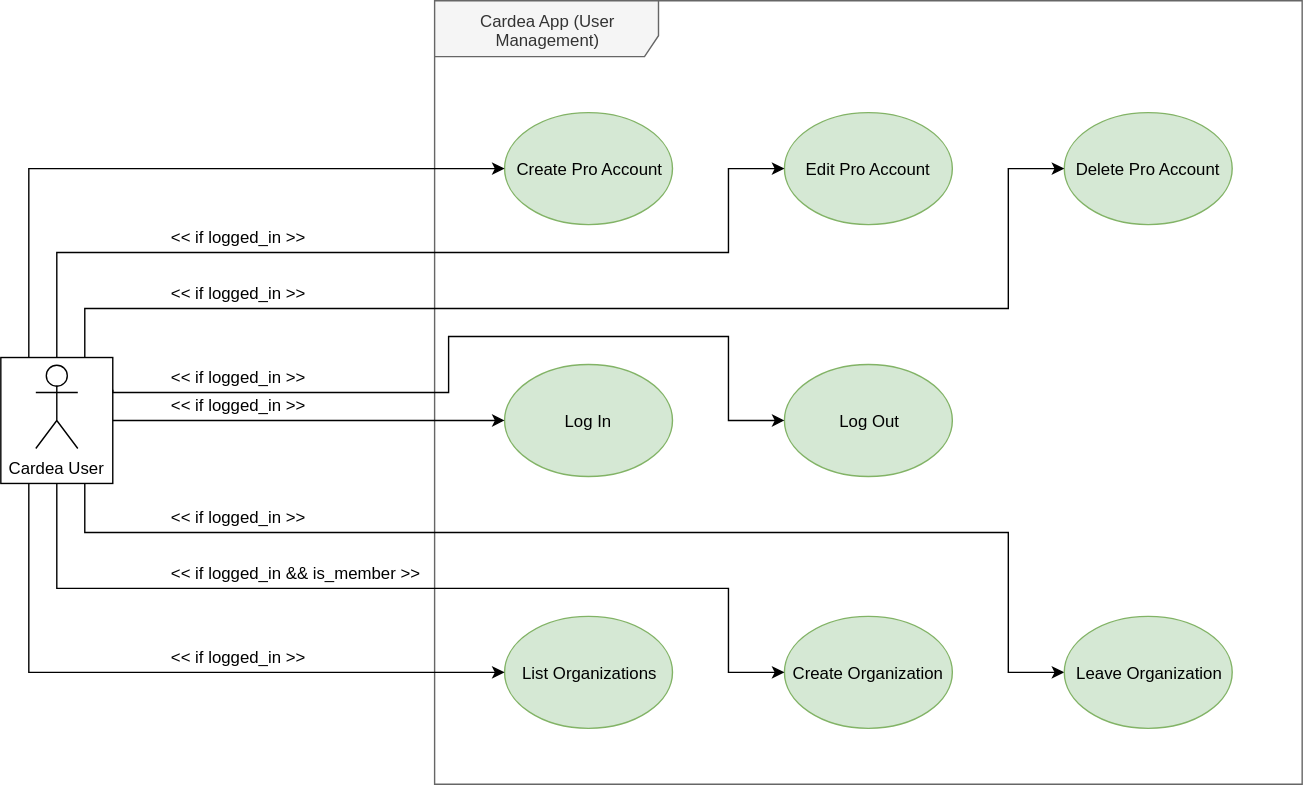
Above: docs/srs/resources/3_1_2_1_use_case_view_cardea_app_user_management.svg in cardeapay/stack (draw.io), before the change. Source tidied: cells renumbered, new cells last; positions are measured from the earlier drawing's top-left corner, leaving out a move shared by most shapes. Its diagram source:
```xml
<mxGraphModel>
  <root>
    <mxCell id="0" />
    <mxCell id="1" parent="0" />
    <mxCell id="2" value="Cardea App (User Management)" style="shape=umlFrame;whiteSpace=wrap;html=1;width=160;height=40;fillColor=#f5f5f5;strokeColor=#666666;fontColor=#333333;" parent="1" vertex="1">
      <mxGeometry x="310" width="620" height="560" as="geometry" />
    </mxCell>
    <mxCell id="3" value="Create Pro Account" style="ellipse;whiteSpace=wrap;html=1;fillColor=#d5e8d4;strokeColor=#82b366;" parent="1" vertex="1">
      <mxGeometry x="360" y="80" width="120" height="80" as="geometry" />
    </mxCell>
    <mxCell id="4" value="Edit Pro Account" style="ellipse;whiteSpace=wrap;html=1;fillColor=#d5e8d4;strokeColor=#82b366;" parent="1" vertex="1">
      <mxGeometry x="560" y="80" width="120" height="80" as="geometry" />
    </mxCell>
    <mxCell id="5" value="Delete Pro Account" style="ellipse;whiteSpace=wrap;html=1;fillColor=#d5e8d4;strokeColor=#82b366;" parent="1" vertex="1">
      <mxGeometry x="760" y="80" width="120" height="80" as="geometry" />
    </mxCell>
    <mxCell id="6" value="Log In" style="ellipse;whiteSpace=wrap;html=1;fillColor=#d5e8d4;strokeColor=#82b366;" parent="1" vertex="1">
      <mxGeometry x="360" y="260" width="120" height="80" as="geometry" />
    </mxCell>
    <mxCell id="7" value="Log Out" style="ellipse;whiteSpace=wrap;html=1;fillColor=#d5e8d4;strokeColor=#82b366;" parent="1" vertex="1">
      <mxGeometry x="560" y="260" width="120" height="80" as="geometry" />
    </mxCell>
    <mxCell id="8" value="Create Organization" style="ellipse;whiteSpace=wrap;html=1;fillColor=#d5e8d4;strokeColor=#82b366;" parent="1" vertex="1">
      <mxGeometry x="560" y="440" width="120" height="80" as="geometry" />
    </mxCell>
    <mxCell id="9" value="List Organizations" style="ellipse;whiteSpace=wrap;html=1;fillColor=#d5e8d4;strokeColor=#82b366;" parent="1" vertex="1">
      <mxGeometry x="360" y="440" width="120" height="80" as="geometry" />
    </mxCell>
    <mxCell id="10" style="edgeStyle=orthogonalEdgeStyle;rounded=0;jettySize=auto;html=1;exitX=0.25;exitY=0;exitDx=0;exitDy=0;entryX=0;entryY=0.5;entryDx=0;entryDy=0;" parent="1" edge="1" source="18" target="3">
      <mxGeometry relative="1" as="geometry">
        <Array as="points">
          <mxPoint x="20" y="120" />
        </Array>
      </mxGeometry>
    </mxCell>
    <mxCell id="11" style="edgeStyle=orthogonalEdgeStyle;rounded=0;jettySize=auto;html=1;exitX=0.5;exitY=0;exitDx=0;exitDy=0;entryX=0;entryY=0.5;entryDx=0;entryDy=0;" parent="1" edge="1" source="18" target="4">
      <mxGeometry relative="1" as="geometry">
        <Array as="points">
          <mxPoint x="40" y="180" />
          <mxPoint x="520" y="180" />
          <mxPoint x="520" y="120" />
        </Array>
      </mxGeometry>
    </mxCell>
    <mxCell id="12" style="edgeStyle=orthogonalEdgeStyle;rounded=0;jettySize=auto;html=1;exitX=0.75;exitY=0;exitDx=0;exitDy=0;entryX=0;entryY=0.5;entryDx=0;entryDy=0;" parent="1" edge="1" source="18" target="5">
      <mxGeometry relative="1" as="geometry">
        <Array as="points">
          <mxPoint x="60" y="220" />
          <mxPoint x="720" y="220" />
          <mxPoint x="720" y="120" />
        </Array>
      </mxGeometry>
    </mxCell>
    <mxCell id="13" style="edgeStyle=orthogonalEdgeStyle;rounded=0;jettySize=auto;html=1;exitX=1;exitY=0.5;exitDx=0;exitDy=0;entryX=0;entryY=0.5;entryDx=0;entryDy=0;" parent="1" edge="1" source="18" target="6">
      <mxGeometry relative="1" as="geometry" />
    </mxCell>
    <mxCell id="14" style="edgeStyle=orthogonalEdgeStyle;rounded=0;jettySize=auto;html=1;exitX=1;exitY=0.25;exitDx=0;exitDy=0;entryX=0;entryY=0.5;entryDx=0;entryDy=0;" parent="1" edge="1" source="18" target="7">
      <mxGeometry relative="1" as="geometry">
        <Array as="points">
          <mxPoint x="80" y="280" />
          <mxPoint x="320" y="280" />
          <mxPoint x="320" y="240" />
          <mxPoint x="520" y="240" />
          <mxPoint x="520" y="300" />
        </Array>
      </mxGeometry>
    </mxCell>
    <mxCell id="15" style="edgeStyle=orthogonalEdgeStyle;rounded=0;jettySize=auto;html=1;exitX=0.5;exitY=1;exitDx=0;exitDy=0;entryX=0;entryY=0.5;entryDx=0;entryDy=0;" parent="1" edge="1" source="18" target="8">
      <mxGeometry relative="1" as="geometry">
        <Array as="points">
          <mxPoint x="40" y="420" />
          <mxPoint x="520" y="420" />
          <mxPoint x="520" y="480" />
        </Array>
      </mxGeometry>
    </mxCell>
    <mxCell id="16" style="edgeStyle=orthogonalEdgeStyle;rounded=0;jettySize=auto;html=1;exitX=0.25;exitY=1;exitDx=0;exitDy=0;entryX=0;entryY=0.5;entryDx=0;entryDy=0;" parent="1" edge="1" source="18" target="9">
      <mxGeometry relative="1" as="geometry" />
    </mxCell>
    <mxCell id="17" style="edgeStyle=orthogonalEdgeStyle;rounded=0;jettySize=auto;html=1;exitX=0.75;exitY=1;exitDx=0;exitDy=0;entryX=0;entryY=0.5;entryDx=0;entryDy=0;" parent="1" edge="1" source="18" target="26">
      <mxGeometry relative="1" as="geometry">
        <Array as="points">
          <mxPoint x="60" y="380" />
          <mxPoint x="720" y="380" />
          <mxPoint x="720" y="480" />
        </Array>
      </mxGeometry>
    </mxCell>
    <mxCell id="18" style="html=1;fillColor=none;" parent="1" vertex="1">
      <mxGeometry y="255" width="80" height="90" as="geometry" />
    </mxCell>
    <mxCell id="19" value="Cardea User" style="shape=umlActor;verticalLabelPosition=bottom;labelBackgroundColor=#ffffff;verticalAlign=top;html=1;" parent="1" vertex="1">
      <mxGeometry x="25" y="260" width="30" height="60" as="geometry" />
    </mxCell>
    <mxCell id="20" value="&amp;lt;&amp;lt; if logged_in &amp;gt;&amp;gt;" style="text;html=1;align=left;verticalAlign=top;spacingTop=-4;" parent="1" vertex="1">
      <mxGeometry x="120" y="160" width="110" height="20" as="geometry" />
    </mxCell>
    <mxCell id="21" value="&amp;lt;&amp;lt; if logged_in &amp;gt;&amp;gt;" style="text;html=1;align=left;verticalAlign=top;spacingTop=-4;" parent="1" vertex="1">
      <mxGeometry x="120" y="200" width="110" height="20" as="geometry" />
    </mxCell>
    <mxCell id="22" value="&amp;lt;&amp;lt; if logged_in &amp;gt;&amp;gt;" style="text;html=1;align=left;verticalAlign=top;spacingTop=-4;" parent="1" vertex="1">
      <mxGeometry x="120" y="260" width="110" height="20" as="geometry" />
    </mxCell>
    <mxCell id="23" value="&amp;lt;&amp;lt; if logged_in &amp;gt;&amp;gt;" style="text;html=1;align=left;verticalAlign=top;spacingTop=-4;" parent="1" vertex="1">
      <mxGeometry x="120" y="280" width="110" height="20" as="geometry" />
    </mxCell>
    <mxCell id="24" value="&amp;lt;&amp;lt; if logged_in &amp;amp;&amp;amp; is_member &amp;gt;&amp;gt;" style="text;html=1;align=left;verticalAlign=top;spacingTop=-4;" parent="1" vertex="1">
      <mxGeometry x="120" y="400" width="190" height="20" as="geometry" />
    </mxCell>
    <mxCell id="25" value="&amp;lt;&amp;lt; if logged_in &amp;gt;&amp;gt;" style="text;html=1;align=left;verticalAlign=top;spacingTop=-4;" parent="1" vertex="1">
      <mxGeometry x="120" y="460" width="110" height="20" as="geometry" />
    </mxCell>
    <mxCell id="26" value="Leave Organization" style="ellipse;whiteSpace=wrap;html=1;fillColor=#d5e8d4;strokeColor=#82b366;" parent="1" vertex="1">
      <mxGeometry x="760" y="440" width="120" height="80" as="geometry" />
    </mxCell>
    <mxCell id="27" value="&amp;lt;&amp;lt; if logged_in &amp;gt;&amp;gt;" style="text;html=1;align=left;verticalAlign=top;spacingTop=-4;" parent="1" vertex="1">
      <mxGeometry x="120" y="360" width="110" height="20" as="geometry" />
    </mxCell>
  </root>
</mxGraphModel>
```
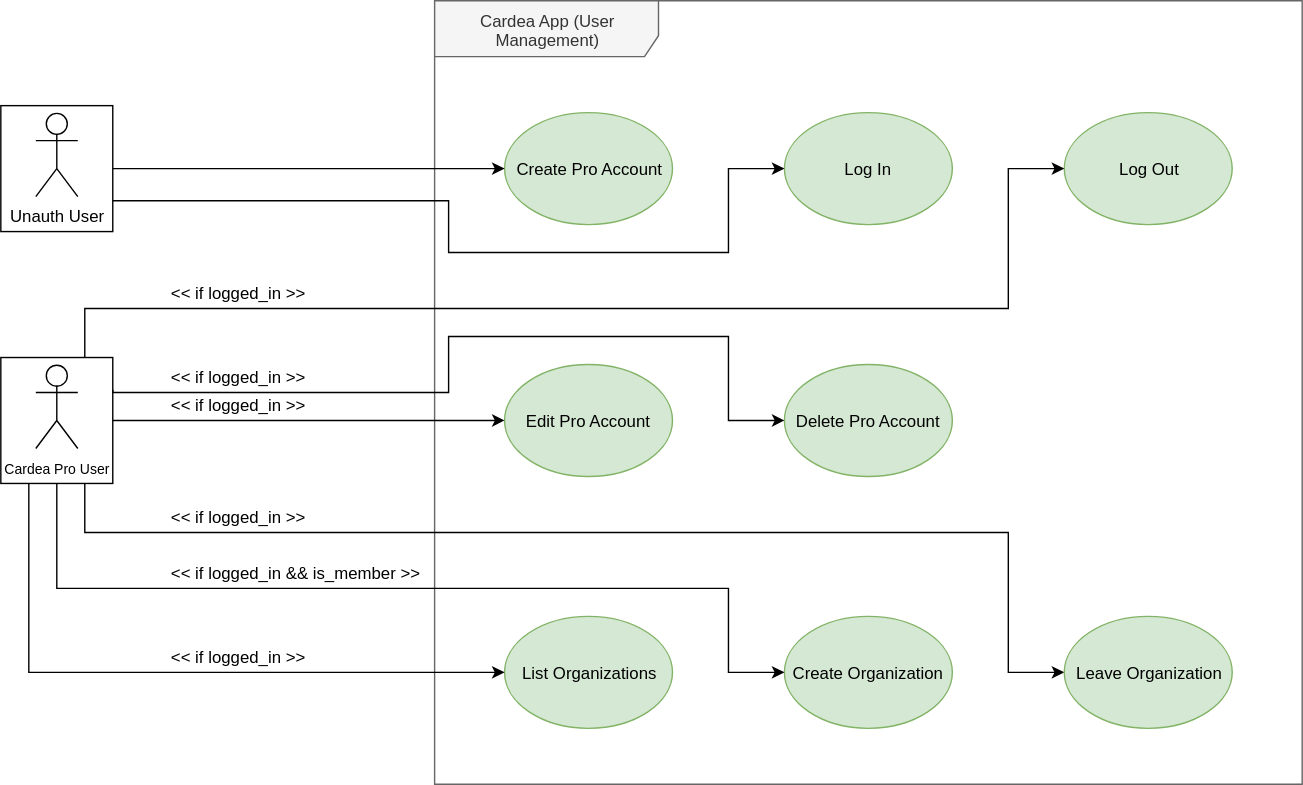
Later version of the same file.

Commit message:
fix(srs): user types clarifications

Diff of the diagram source:
```diff
@@ -8,16 +8,16 @@
     <mxCell id="3" value="Create Pro Account" style="ellipse;whiteSpace=wrap;html=1;fillColor=#d5e8d4;strokeColor=#82b366;" parent="1" vertex="1">
       <mxGeometry x="360" y="80" width="120" height="80" as="geometry" />
     </mxCell>
-    <mxCell id="4" value="Edit Pro Account" style="ellipse;whiteSpace=wrap;html=1;fillColor=#d5e8d4;strokeColor=#82b366;" parent="1" vertex="1">
+    <mxCell id="4" value="Log In" style="ellipse;whiteSpace=wrap;html=1;fillColor=#d5e8d4;strokeColor=#82b366;" parent="1" vertex="1">
       <mxGeometry x="560" y="80" width="120" height="80" as="geometry" />
     </mxCell>
-    <mxCell id="5" value="Delete Pro Account" style="ellipse;whiteSpace=wrap;html=1;fillColor=#d5e8d4;strokeColor=#82b366;" parent="1" vertex="1">
+    <mxCell id="5" value="Log Out" style="ellipse;whiteSpace=wrap;html=1;fillColor=#d5e8d4;strokeColor=#82b366;" parent="1" vertex="1">
       <mxGeometry x="760" y="80" width="120" height="80" as="geometry" />
     </mxCell>
-    <mxCell id="6" value="Log In" style="ellipse;whiteSpace=wrap;html=1;fillColor=#d5e8d4;strokeColor=#82b366;" parent="1" vertex="1">
+    <mxCell id="6" value="Edit Pro Account" style="ellipse;whiteSpace=wrap;html=1;fillColor=#d5e8d4;strokeColor=#82b366;" parent="1" vertex="1">
       <mxGeometry x="360" y="260" width="120" height="80" as="geometry" />
     </mxCell>
-    <mxCell id="7" value="Log Out" style="ellipse;whiteSpace=wrap;html=1;fillColor=#d5e8d4;strokeColor=#82b366;" parent="1" vertex="1">
+    <mxCell id="7" value="Delete Pro Account" style="ellipse;whiteSpace=wrap;html=1;fillColor=#d5e8d4;strokeColor=#82b366;" parent="1" vertex="1">
       <mxGeometry x="560" y="260" width="120" height="80" as="geometry" />
     </mxCell>
     <mxCell id="8" value="Create Organization" style="ellipse;whiteSpace=wrap;html=1;fillColor=#d5e8d4;strokeColor=#82b366;" parent="1" vertex="1">
@@ -26,22 +26,6 @@
     <mxCell id="9" value="List Organizations" style="ellipse;whiteSpace=wrap;html=1;fillColor=#d5e8d4;strokeColor=#82b366;" parent="1" vertex="1">
       <mxGeometry x="360" y="440" width="120" height="80" as="geometry" />
     </mxCell>
-    <mxCell id="10" style="edgeStyle=orthogonalEdgeStyle;rounded=0;jettySize=auto;html=1;exitX=0.25;exitY=0;exitDx=0;exitDy=0;entryX=0;entryY=0.5;entryDx=0;entryDy=0;" parent="1" edge="1" source="18" target="3">
-      <mxGeometry relative="1" as="geometry">
-        <Array as="points">
-          <mxPoint x="20" y="120" />
-        </Array>
-      </mxGeometry>
-    </mxCell>
-    <mxCell id="11" style="edgeStyle=orthogonalEdgeStyle;rounded=0;jettySize=auto;html=1;exitX=0.5;exitY=0;exitDx=0;exitDy=0;entryX=0;entryY=0.5;entryDx=0;entryDy=0;" parent="1" edge="1" source="18" target="4">
-      <mxGeometry relative="1" as="geometry">
-        <Array as="points">
-          <mxPoint x="40" y="180" />
-          <mxPoint x="520" y="180" />
-          <mxPoint x="520" y="120" />
-        </Array>
-      </mxGeometry>
-    </mxCell>
     <mxCell id="12" style="edgeStyle=orthogonalEdgeStyle;rounded=0;jettySize=auto;html=1;exitX=0.75;exitY=0;exitDx=0;exitDy=0;entryX=0;entryY=0.5;entryDx=0;entryDy=0;" parent="1" edge="1" source="18" target="5">
       <mxGeometry relative="1" as="geometry">
         <Array as="points">
@@ -89,12 +73,9 @@
     <mxCell id="18" style="html=1;fillColor=none;" parent="1" vertex="1">
       <mxGeometry y="255" width="80" height="90" as="geometry" />
     </mxCell>
-    <mxCell id="19" value="Cardea User" style="shape=umlActor;verticalLabelPosition=bottom;labelBackgroundColor=#ffffff;verticalAlign=top;html=1;" parent="1" vertex="1">
+    <mxCell id="19" value="&lt;font style=&quot;font-size: 10px&quot;&gt;Cardea Pro User&lt;/font&gt;" style="shape=umlActor;verticalLabelPosition=bottom;labelBackgroundColor=#ffffff;verticalAlign=top;html=1;" parent="1" vertex="1">
       <mxGeometry x="25" y="260" width="30" height="60" as="geometry" />
     </mxCell>
-    <mxCell id="20" value="&amp;lt;&amp;lt; if logged_in &amp;gt;&amp;gt;" style="text;html=1;align=left;verticalAlign=top;spacingTop=-4;" parent="1" vertex="1">
-      <mxGeometry x="120" y="160" width="110" height="20" as="geometry" />
-    </mxCell>
     <mxCell id="21" value="&amp;lt;&amp;lt; if logged_in &amp;gt;&amp;gt;" style="text;html=1;align=left;verticalAlign=top;spacingTop=-4;" parent="1" vertex="1">
       <mxGeometry x="120" y="200" width="110" height="20" as="geometry" />
     </mxCell>
@@ -116,5 +97,24 @@
     <mxCell id="27" value="&amp;lt;&amp;lt; if logged_in &amp;gt;&amp;gt;" style="text;html=1;align=left;verticalAlign=top;spacingTop=-4;" parent="1" vertex="1">
       <mxGeometry x="120" y="360" width="110" height="20" as="geometry" />
     </mxCell>
+    <mxCell id="28" style="edgeStyle=orthogonalEdgeStyle;rounded=0;jettySize=auto;html=1;exitX=1;exitY=0.5;exitDx=0;exitDy=0;entryX=0;entryY=0.5;entryDx=0;entryDy=0;" parent="1" edge="1" source="30" target="3">
+      <mxGeometry relative="1" as="geometry" />
+    </mxCell>
+    <mxCell id="29" style="edgeStyle=orthogonalEdgeStyle;rounded=0;jettySize=auto;html=1;exitX=1;exitY=0.75;exitDx=0;exitDy=0;entryX=0;entryY=0.5;entryDx=0;entryDy=0;" parent="1" edge="1" source="30" target="4">
+      <mxGeometry relative="1" as="geometry">
+        <Array as="points">
+          <mxPoint x="320" y="143" />
+          <mxPoint x="320" y="180" />
+          <mxPoint x="520" y="180" />
+          <mxPoint x="520" y="120" />
+        </Array>
+      </mxGeometry>
+    </mxCell>
+    <mxCell id="30" style="html=1;fillColor=none;" parent="1" vertex="1">
+      <mxGeometry y="75" width="80" height="90" as="geometry" />
+    </mxCell>
+    <mxCell id="31" value="&lt;font style=&quot;font-size: 12px&quot;&gt;Unauth User&lt;/font&gt;" style="shape=umlActor;verticalLabelPosition=bottom;labelBackgroundColor=#ffffff;verticalAlign=top;html=1;" parent="1" vertex="1">
+      <mxGeometry x="25" y="80" width="30" height="60" as="geometry" />
+    </mxCell>
   </root>
 </mxGraphModel>
```
